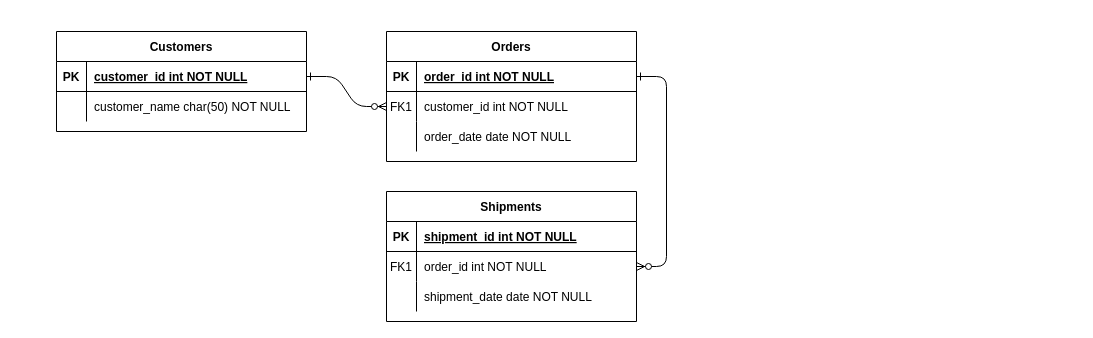
Before: page "Diagrama relacional" (1 of 4) of Diagramas/Untitled Diagram.drawio in mjfernandezc/Diagramas, a draw.io diagram. Source tidied: cells renumbered, new cells numbered last; positions are measured from the earlier drawing's top-left corner, leaving out a move shared by most shapes. Both pictures are drawn from the tidied source at 100%, with x=0, y=0 at pixel (56, 31).
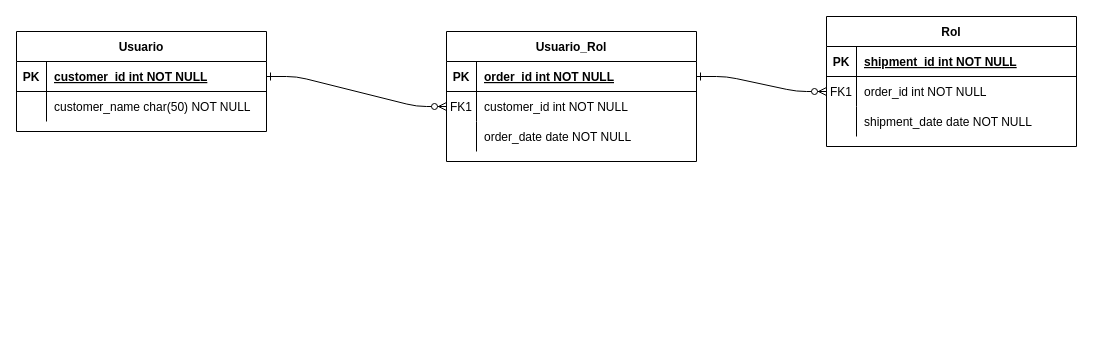
After the change.

The edit, as a diff of the source:
```diff
@@
-    <mxCell id="4" value="Orders" style="shape=table;startSize=30;childLayout=tableLayout;rowLines=0;fontStyle=1;align=center;" parent="1" vertex="1">
-      <mxGeometry x="330" width="250" height="130" as="geometry" />
+    <mxCell id="4" value="Usuario_Rol" style="shape=table;startSize=30;childLayout=tableLayout;rowLines=0;fontStyle=1;align=center;" parent="1" vertex="1">
+      <mxGeometry x="390" width="250" height="130" as="geometry" />
     </mxCell>
@@
-    <mxCell id="14" value="Shipments" style="shape=table;startSize=30;childLayout=tableLayout;rowLines=0;fontStyle=1;align=center;" parent="1" vertex="1">
-      <mxGeometry x="330" y="160" width="250" height="130" as="geometry" />
+    <mxCell id="14" value="Rol" style="shape=table;startSize=30;childLayout=tableLayout;rowLines=0;fontStyle=1;align=center;" parent="1" vertex="1">
+      <mxGeometry x="770" y="-15" width="250" height="130" as="geometry" />
     </mxCell>
@@
-    <mxCell id="24" value="Customers" style="shape=table;startSize=30;childLayout=tableLayout;rowLines=0;fontStyle=1;align=center;" parent="1" vertex="1">
-      <mxGeometry width="250" height="100" as="geometry" />
+    <mxCell id="24" value="Usuario" style="shape=table;startSize=30;childLayout=tableLayout;rowLines=0;fontStyle=1;align=center;" parent="1" vertex="1">
+      <mxGeometry x="-40" width="250" height="100" as="geometry" />
     </mxCell>
```
